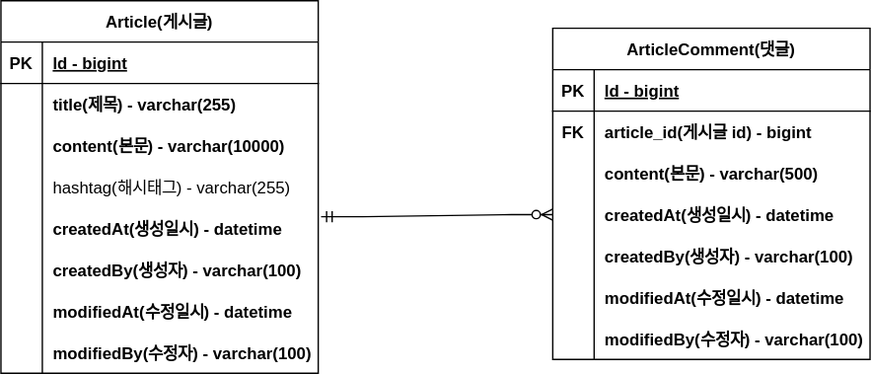
Before: document/project-board-erd.svg, a diagram exported from draw.io (devSojoong/fastcampus-project-board). Source tidied: cells renumbered, new cells last; positions are measured from the earlier drawing's top-left corner, leaving out a move shared by most shapes.
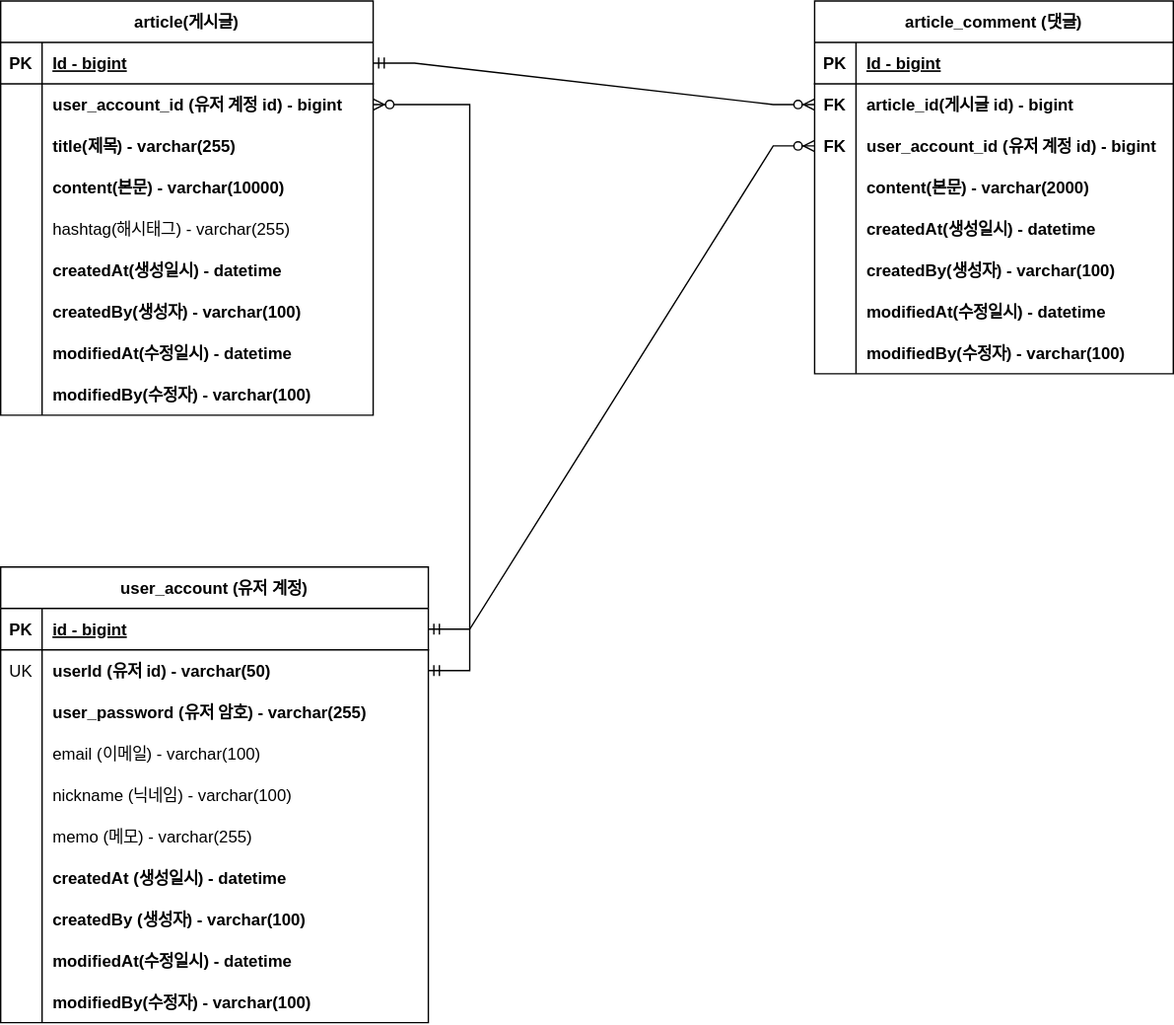
The same diagram one commit later.

Change to the diagram source:
```diff
@@ -4,7 +4,7 @@
     <mxCell id="1" parent="0" />
-    <mxCell id="2" value="Article(게시글)" style="shape=table;startSize=30;rowLines=0;fontStyle=1;align=center;" parent="1" vertex="1">
-      <mxGeometry width="230" height="270" as="geometry" />
+    <mxCell id="2" value="article(게시글)" style="shape=table;startSize=30;rowLines=0;fontStyle=1;align=center;" parent="1" vertex="1">
+      <mxGeometry x="-120" y="-120" width="270" height="300" as="geometry" />
     </mxCell>
     <mxCell id="3" style="shape=partialRectangle;fillColor=none;points=[[0,0.5],[1,0.5]];portConstraint=eastwest;top=0;left=0;right=0;bottom=1;" parent="2" vertex="1">
-      <mxGeometry y="30" width="230" height="30" as="geometry" />
+      <mxGeometry y="30" width="270" height="30" as="geometry" />
     </mxCell>
@@ -14,6 +14,15 @@
     <mxCell id="5" value="Id - bigint" style="shape=partialRectangle;overflow=hidden;fillColor=none;top=0;left=0;bottom=0;right=0;align=left;spacingLeft=6;fontStyle=5;" parent="3" vertex="1">
-      <mxGeometry x="30" width="200" height="30" as="geometry" />
+      <mxGeometry x="30" width="240" height="30" as="geometry" />
     </mxCell>
+    <mxCell id="50" style="shape=partialRectangle;fillColor=none;points=[[0,0.5],[1,0.5]];portConstraint=eastwest;top=0;left=0;right=0;bottom=0;" parent="2" vertex="1">
+      <mxGeometry y="60" width="270" height="30" as="geometry" />
+    </mxCell>
+    <mxCell id="51" style="shape=partialRectangle;overflow=hidden;fillColor=none;top=0;left=0;bottom=0;right=0;" parent="50" vertex="1">
+      <mxGeometry width="30" height="30" as="geometry" />
+    </mxCell>
+    <mxCell id="52" value="user_account_id (유저 계정 id) - bigint" style="shape=partialRectangle;overflow=hidden;fillColor=none;top=0;left=0;bottom=0;right=0;align=left;spacingLeft=6;fontStyle=1;" parent="50" vertex="1">
+      <mxGeometry x="30" width="240" height="30" as="geometry" />
+    </mxCell>
     <mxCell id="6" style="shape=partialRectangle;fillColor=none;top=0;left=0;right=0;bottom=0;" parent="2" vertex="1">
-      <mxGeometry y="60" width="230" height="30" as="geometry" />
+      <mxGeometry y="90" width="270" height="30" as="geometry" />
     </mxCell>
@@ -23,6 +32,6 @@
     <mxCell id="8" value="title(제목) - varchar(255)" style="shape=partialRectangle;overflow=hidden;fillColor=none;top=0;left=0;bottom=0;right=0;align=left;spacingLeft=6;fontStyle=1;" parent="6" vertex="1">
-      <mxGeometry x="30" width="200" height="30" as="geometry" />
+      <mxGeometry x="30" width="240" height="30" as="geometry" />
     </mxCell>
     <mxCell id="9" style="shape=partialRectangle;fillColor=none;top=0;left=0;right=0;bottom=0;" parent="2" vertex="1">
-      <mxGeometry y="90" width="230" height="30" as="geometry" />
+      <mxGeometry y="120" width="270" height="30" as="geometry" />
     </mxCell>
@@ -32,6 +41,6 @@
     <mxCell id="11" value="content(본문) - varchar(10000)" style="shape=partialRectangle;overflow=hidden;fillColor=none;top=0;left=0;bottom=0;right=0;align=left;spacingLeft=6;fontStyle=1;" parent="9" vertex="1">
-      <mxGeometry x="30" width="200" height="30" as="geometry" />
+      <mxGeometry x="30" width="240" height="30" as="geometry" />
     </mxCell>
     <mxCell id="12" style="shape=partialRectangle;fillColor=none;top=0;left=0;right=0;bottom=0;" parent="2" vertex="1">
-      <mxGeometry y="120" width="230" height="30" as="geometry" />
+      <mxGeometry y="150" width="270" height="30" as="geometry" />
     </mxCell>
@@ -41,6 +50,6 @@
     <mxCell id="14" value="hashtag(해시태그) - varchar(255)" style="shape=partialRectangle;overflow=hidden;fillColor=none;top=0;left=0;bottom=0;right=0;align=left;spacingLeft=6;" parent="12" vertex="1">
-      <mxGeometry x="30" width="200" height="30" as="geometry" />
+      <mxGeometry x="30" width="240" height="30" as="geometry" />
     </mxCell>
     <mxCell id="15" style="shape=partialRectangle;fillColor=none;points=[[0,0.5],[1,0.5]];portConstraint=eastwest;top=0;left=0;right=0;bottom=0;" parent="2" vertex="1">
-      <mxGeometry y="150" width="230" height="30" as="geometry" />
+      <mxGeometry y="180" width="270" height="30" as="geometry" />
     </mxCell>
@@ -50,6 +59,6 @@
     <mxCell id="17" value="createdAt(생성일시) - datetime" style="shape=partialRectangle;overflow=hidden;fillColor=none;top=0;left=0;bottom=0;right=0;align=left;spacingLeft=6;fontStyle=1;" parent="15" vertex="1">
-      <mxGeometry x="30" width="200" height="30" as="geometry" />
+      <mxGeometry x="30" width="240" height="30" as="geometry" />
     </mxCell>
     <mxCell id="18" style="shape=partialRectangle;fillColor=none;top=0;left=0;right=0;bottom=0;" parent="2" vertex="1">
-      <mxGeometry y="180" width="230" height="30" as="geometry" />
+      <mxGeometry y="210" width="270" height="30" as="geometry" />
     </mxCell>
@@ -59,6 +68,6 @@
     <mxCell id="20" value="createdBy(생성자) - varchar(100)" style="shape=partialRectangle;overflow=hidden;fillColor=none;top=0;left=0;bottom=0;right=0;align=left;spacingLeft=6;fontStyle=1;" parent="18" vertex="1">
-      <mxGeometry x="30" width="200" height="30" as="geometry" />
+      <mxGeometry x="30" width="240" height="30" as="geometry" />
     </mxCell>
     <mxCell id="21" style="shape=partialRectangle;fillColor=none;top=0;left=0;right=0;bottom=0;" parent="2" vertex="1">
-      <mxGeometry y="210" width="230" height="30" as="geometry" />
+      <mxGeometry y="240" width="270" height="30" as="geometry" />
     </mxCell>
@@ -68,6 +77,6 @@
     <mxCell id="23" value="modifiedAt(수정일시) - datetime" style="shape=partialRectangle;overflow=hidden;fillColor=none;top=0;left=0;bottom=0;right=0;align=left;spacingLeft=6;fontStyle=1;" parent="21" vertex="1">
-      <mxGeometry x="30" width="200" height="30" as="geometry" />
+      <mxGeometry x="30" width="240" height="30" as="geometry" />
     </mxCell>
     <mxCell id="24" style="shape=partialRectangle;fillColor=none;top=0;left=0;right=0;bottom=0;" parent="2" vertex="1">
-      <mxGeometry y="240" width="230" height="30" as="geometry" />
+      <mxGeometry y="270" width="270" height="30" as="geometry" />
     </mxCell>
@@ -77,9 +86,9 @@
     <mxCell id="26" value="modifiedBy(수정자) - varchar(100)" style="shape=partialRectangle;overflow=hidden;fillColor=none;top=0;left=0;bottom=0;right=0;align=left;spacingLeft=6;fontStyle=1;" parent="24" vertex="1">
-      <mxGeometry x="30" width="200" height="30" as="geometry" />
+      <mxGeometry x="30" width="240" height="30" as="geometry" />
     </mxCell>
-    <mxCell id="27" value="ArticleComment(댓글)" style="shape=table;startSize=30;rowLines=0;fontStyle=1;align=center;" parent="1" vertex="1">
-      <mxGeometry x="400" y="20" width="230" height="240" as="geometry" />
+    <mxCell id="27" value="article_comment (댓글)" style="shape=table;startSize=30;rowLines=0;fontStyle=1;align=center;" parent="1" vertex="1">
+      <mxGeometry x="470" y="-120" width="260" height="270" as="geometry" />
     </mxCell>
     <mxCell id="28" style="shape=partialRectangle;fillColor=none;top=0;left=0;right=0;bottom=1;" parent="27" vertex="1">
-      <mxGeometry y="30" width="230" height="30" as="geometry" />
+      <mxGeometry y="30" width="260" height="30" as="geometry" />
     </mxCell>
@@ -89,6 +98,15 @@
     <mxCell id="30" value="Id - bigint" style="shape=partialRectangle;overflow=hidden;fillColor=none;top=0;left=0;bottom=0;right=0;align=left;spacingLeft=6;fontStyle=5;" parent="28" vertex="1">
-      <mxGeometry x="30" width="200" height="30" as="geometry" />
+      <mxGeometry x="30" width="230" height="30" as="geometry" />
     </mxCell>
+    <mxCell id="53" style="shape=partialRectangle;fillColor=none;points=[[0,0.5],[1,0.5]];portConstraint=eastwest;top=0;left=0;right=0;bottom=0;" parent="27" vertex="1">
+      <mxGeometry y="60" width="260" height="30" as="geometry" />
+    </mxCell>
+    <mxCell id="54" value="FK" style="shape=partialRectangle;overflow=hidden;fillColor=none;top=0;left=0;bottom=0;right=0;fontStyle=1;" parent="53" vertex="1">
+      <mxGeometry width="30" height="30" as="geometry" />
+    </mxCell>
+    <mxCell id="55" value="article_id(게시글 id) - bigint" style="shape=partialRectangle;overflow=hidden;fillColor=none;top=0;left=0;bottom=0;right=0;align=left;spacingLeft=6;fontStyle=1;" parent="53" vertex="1">
+      <mxGeometry x="30" width="230" height="30" as="geometry" />
+    </mxCell>
     <mxCell id="31" style="shape=partialRectangle;fillColor=none;points=[[0,0.5],[1,0.5]];portConstraint=eastwest;top=0;left=0;right=0;bottom=0;" parent="27" vertex="1">
-      <mxGeometry y="60" width="230" height="30" as="geometry" />
+      <mxGeometry y="90" width="260" height="30" as="geometry" />
     </mxCell>
@@ -97,7 +115,7 @@
     </mxCell>
-    <mxCell id="33" value="article_id(게시글 id) - bigint" style="shape=partialRectangle;overflow=hidden;fillColor=none;top=0;left=0;bottom=0;right=0;align=left;spacingLeft=6;fontStyle=1;" parent="31" vertex="1">
-      <mxGeometry x="30" width="200" height="30" as="geometry" />
+    <mxCell id="33" value="user_account_id (유저 계정 id) - bigint" style="shape=partialRectangle;overflow=hidden;fillColor=none;top=0;left=0;bottom=0;right=0;align=left;spacingLeft=6;fontStyle=1;" parent="31" vertex="1">
+      <mxGeometry x="30" width="230" height="30" as="geometry" />
     </mxCell>
     <mxCell id="34" style="shape=partialRectangle;fillColor=none;top=0;left=0;right=0;bottom=0;" parent="27" vertex="1">
-      <mxGeometry y="90" width="230" height="30" as="geometry" />
+      <mxGeometry y="120" width="260" height="30" as="geometry" />
     </mxCell>
@@ -106,7 +124,7 @@
     </mxCell>
-    <mxCell id="36" value="content(본문) - varchar(500)" style="shape=partialRectangle;overflow=hidden;fillColor=none;top=0;left=0;bottom=0;right=0;align=left;spacingLeft=6;fontStyle=1;" parent="34" vertex="1">
-      <mxGeometry x="30" width="200" height="30" as="geometry" />
+    <mxCell id="36" value="content(본문) - varchar(2000)" style="shape=partialRectangle;overflow=hidden;fillColor=none;top=0;left=0;bottom=0;right=0;align=left;spacingLeft=6;fontStyle=1;" parent="34" vertex="1">
+      <mxGeometry x="30" width="230" height="30" as="geometry" />
     </mxCell>
     <mxCell id="37" style="shape=partialRectangle;fillColor=none;points=[[0,0.5],[1,0.5]];portConstraint=eastwest;top=0;left=0;right=0;bottom=0;" parent="27" vertex="1">
-      <mxGeometry y="120" width="230" height="30" as="geometry" />
+      <mxGeometry y="150" width="260" height="30" as="geometry" />
     </mxCell>
@@ -116,6 +134,6 @@
     <mxCell id="39" value="createdAt(생성일시) - datetime" style="shape=partialRectangle;overflow=hidden;fillColor=none;top=0;left=0;bottom=0;right=0;align=left;spacingLeft=6;fontStyle=1;" parent="37" vertex="1">
-      <mxGeometry x="30" width="200" height="30" as="geometry" />
+      <mxGeometry x="30" width="230" height="30" as="geometry" />
     </mxCell>
     <mxCell id="40" style="shape=partialRectangle;fillColor=none;top=0;left=0;right=0;bottom=0;" parent="27" vertex="1">
-      <mxGeometry y="150" width="230" height="30" as="geometry" />
+      <mxGeometry y="180" width="260" height="30" as="geometry" />
     </mxCell>
@@ -125,6 +143,6 @@
     <mxCell id="42" value="createdBy(생성자) - varchar(100)" style="shape=partialRectangle;overflow=hidden;fillColor=none;top=0;left=0;bottom=0;right=0;align=left;spacingLeft=6;fontStyle=1;" parent="40" vertex="1">
-      <mxGeometry x="30" width="200" height="30" as="geometry" />
+      <mxGeometry x="30" width="230" height="30" as="geometry" />
     </mxCell>
     <mxCell id="43" style="shape=partialRectangle;fillColor=none;top=0;left=0;right=0;bottom=0;" parent="27" vertex="1">
-      <mxGeometry y="180" width="230" height="30" as="geometry" />
+      <mxGeometry y="210" width="260" height="30" as="geometry" />
     </mxCell>
@@ -134,6 +152,6 @@
     <mxCell id="45" value="modifiedAt(수정일시) - datetime" style="shape=partialRectangle;overflow=hidden;fillColor=none;top=0;left=0;bottom=0;right=0;align=left;spacingLeft=6;fontStyle=1;" parent="43" vertex="1">
-      <mxGeometry x="30" width="200" height="30" as="geometry" />
+      <mxGeometry x="30" width="230" height="30" as="geometry" />
     </mxCell>
     <mxCell id="46" style="shape=partialRectangle;fillColor=none;top=0;left=0;right=0;bottom=0;" parent="27" vertex="1">
-      <mxGeometry y="210" width="230" height="30" as="geometry" />
+      <mxGeometry y="240" width="260" height="30" as="geometry" />
     </mxCell>
@@ -143,7 +161,106 @@
     <mxCell id="48" value="modifiedBy(수정자) - varchar(100)" style="shape=partialRectangle;overflow=hidden;fillColor=none;top=0;left=0;bottom=0;right=0;align=left;spacingLeft=6;fontStyle=1;" parent="46" vertex="1">
-      <mxGeometry x="30" width="200" height="30" as="geometry" />
+      <mxGeometry x="30" width="230" height="30" as="geometry" />
     </mxCell>
-    <mxCell id="49" style="edgeStyle=entityRelationEdgeStyle;fontSize=12;html=1;endArrow=ERzeroToMany;startArrow=ERmandOne;rounded=0;exitX=1.009;exitY=0.217;exitDx=0;exitDy=0;exitPerimeter=0;" parent="1" edge="1" source="15" target="37">
+    <mxCell id="49" style="edgeStyle=entityRelationEdgeStyle;fontSize=12;html=1;endArrow=ERzeroToMany;startArrow=ERmandOne;rounded=0;exitX=1;exitY=0.5;exitDx=0;exitDy=0;entryX=0;entryY=0.5;entryDx=0;entryDy=0;" parent="1" edge="1" source="3" target="53">
       <mxGeometry relative="1" as="geometry" />
     </mxCell>
+    <mxCell id="56" value="user_account (유저 계정)" style="shape=table;startSize=30;rowLines=0;fontStyle=1;align=center;" parent="1" vertex="1">
+      <mxGeometry x="-120" y="290" width="310" height="330" as="geometry" />
+    </mxCell>
+    <mxCell id="57" style="shape=partialRectangle;fillColor=none;points=[[0,0.5],[1,0.5]];portConstraint=eastwest;top=0;left=0;right=0;bottom=1;" parent="56" vertex="1">
+      <mxGeometry y="30" width="310" height="30" as="geometry" />
+    </mxCell>
+    <mxCell id="58" value="PK" style="shape=partialRectangle;overflow=hidden;fillColor=none;top=0;left=0;bottom=0;right=0;fontStyle=1;" parent="57" vertex="1">
+      <mxGeometry width="30" height="30" as="geometry" />
+    </mxCell>
+    <mxCell id="59" value="id - bigint" style="shape=partialRectangle;overflow=hidden;fillColor=none;top=0;left=0;bottom=0;right=0;align=left;spacingLeft=6;fontStyle=5;" parent="57" vertex="1">
+      <mxGeometry x="30" width="280" height="30" as="geometry" />
+    </mxCell>
+    <mxCell id="60" style="shape=partialRectangle;fillColor=none;points=[[0,0.5],[1,0.5]];portConstraint=eastwest;top=0;left=0;right=0;bottom=0;" parent="56" vertex="1">
+      <mxGeometry y="60" width="310" height="30" as="geometry" />
+    </mxCell>
+    <mxCell id="61" value="UK" style="shape=partialRectangle;overflow=hidden;fillColor=none;top=0;left=0;bottom=0;right=0;" parent="60" vertex="1">
+      <mxGeometry width="30" height="30" as="geometry" />
+    </mxCell>
+    <mxCell id="62" value="userId (유저 id) - varchar(50)" style="shape=partialRectangle;overflow=hidden;fillColor=none;top=0;left=0;bottom=0;right=0;align=left;spacingLeft=6;fontStyle=1;" parent="60" vertex="1">
+      <mxGeometry x="30" width="280" height="30" as="geometry" />
+    </mxCell>
+    <mxCell id="63" style="shape=partialRectangle;fillColor=none;top=0;left=0;right=0;bottom=0;" parent="56" vertex="1">
+      <mxGeometry y="90" width="310" height="30" as="geometry" />
+    </mxCell>
+    <mxCell id="64" style="shape=partialRectangle;overflow=hidden;fillColor=none;top=0;left=0;bottom=0;right=0;" parent="63" vertex="1">
+      <mxGeometry width="30" height="30" as="geometry" />
+    </mxCell>
+    <mxCell id="65" value="user_password (유저 암호) - varchar(255)" style="shape=partialRectangle;overflow=hidden;fillColor=none;top=0;left=0;bottom=0;right=0;align=left;spacingLeft=6;fontStyle=1;" parent="63" vertex="1">
+      <mxGeometry x="30" width="280" height="30" as="geometry" />
+    </mxCell>
+    <mxCell id="66" style="shape=partialRectangle;fillColor=none;top=0;left=0;right=0;bottom=0;" parent="56" vertex="1">
+      <mxGeometry y="120" width="310" height="30" as="geometry" />
+    </mxCell>
+    <mxCell id="67" style="shape=partialRectangle;overflow=hidden;fillColor=none;top=0;left=0;bottom=0;right=0;" parent="66" vertex="1">
+      <mxGeometry width="30" height="30" as="geometry" />
+    </mxCell>
+    <mxCell id="68" value="email (이메일) - varchar(100)" style="shape=partialRectangle;overflow=hidden;fillColor=none;top=0;left=0;bottom=0;right=0;align=left;spacingLeft=6;" parent="66" vertex="1">
+      <mxGeometry x="30" width="280" height="30" as="geometry" />
+    </mxCell>
+    <mxCell id="69" style="shape=partialRectangle;fillColor=none;top=0;left=0;right=0;bottom=0;" parent="56" vertex="1">
+      <mxGeometry y="150" width="310" height="30" as="geometry" />
+    </mxCell>
+    <mxCell id="70" style="shape=partialRectangle;overflow=hidden;fillColor=none;top=0;left=0;bottom=0;right=0;" parent="69" vertex="1">
+      <mxGeometry width="30" height="30" as="geometry" />
+    </mxCell>
+    <mxCell id="71" value="nickname (닉네임) - varchar(100)" style="shape=partialRectangle;overflow=hidden;fillColor=none;top=0;left=0;bottom=0;right=0;align=left;spacingLeft=6;fontStyle=0;" parent="69" vertex="1">
+      <mxGeometry x="30" width="280" height="30" as="geometry" />
+    </mxCell>
+    <mxCell id="72" style="shape=partialRectangle;fillColor=none;top=0;left=0;right=0;bottom=0;" parent="56" vertex="1">
+      <mxGeometry y="180" width="310" height="30" as="geometry" />
+    </mxCell>
+    <mxCell id="73" style="shape=partialRectangle;overflow=hidden;fillColor=none;top=0;left=0;bottom=0;right=0;" parent="72" vertex="1">
+      <mxGeometry width="30" height="30" as="geometry" />
+    </mxCell>
+    <mxCell id="74" value="memo (메모) - varchar(255)" style="shape=partialRectangle;overflow=hidden;fillColor=none;top=0;left=0;bottom=0;right=0;align=left;spacingLeft=6;fontStyle=0;" parent="72" vertex="1">
+      <mxGeometry x="30" width="280" height="30" as="geometry" />
+    </mxCell>
+    <mxCell id="75" style="shape=partialRectangle;fillColor=none;top=0;left=0;right=0;bottom=0;" parent="56" vertex="1">
+      <mxGeometry y="210" width="310" height="30" as="geometry" />
+    </mxCell>
+    <mxCell id="76" style="shape=partialRectangle;overflow=hidden;fillColor=none;top=0;left=0;bottom=0;right=0;" parent="75" vertex="1">
+      <mxGeometry width="30" height="30" as="geometry" />
+    </mxCell>
+    <mxCell id="77" value="createdAt (생성일시) - datetime" style="shape=partialRectangle;overflow=hidden;fillColor=none;top=0;left=0;bottom=0;right=0;align=left;spacingLeft=6;fontStyle=1;" parent="75" vertex="1">
+      <mxGeometry x="30" width="280" height="30" as="geometry" />
+    </mxCell>
+    <mxCell id="78" style="shape=partialRectangle;fillColor=none;top=0;left=0;right=0;bottom=0;" parent="56" vertex="1">
+      <mxGeometry y="240" width="310" height="30" as="geometry" />
+    </mxCell>
+    <mxCell id="79" style="shape=partialRectangle;overflow=hidden;fillColor=none;top=0;left=0;bottom=0;right=0;" parent="78" vertex="1">
+      <mxGeometry width="30" height="30" as="geometry" />
+    </mxCell>
+    <mxCell id="80" value="createdBy (생성자) - varchar(100)" style="shape=partialRectangle;overflow=hidden;fillColor=none;top=0;left=0;bottom=0;right=0;align=left;spacingLeft=6;fontStyle=1;" parent="78" vertex="1">
+      <mxGeometry x="30" width="280" height="30" as="geometry" />
+    </mxCell>
+    <mxCell id="81" style="shape=partialRectangle;fillColor=none;top=0;left=0;right=0;bottom=0;" parent="56" vertex="1">
+      <mxGeometry y="270" width="310" height="30" as="geometry" />
+    </mxCell>
+    <mxCell id="82" style="shape=partialRectangle;overflow=hidden;fillColor=none;top=0;left=0;bottom=0;right=0;" parent="81" vertex="1">
+      <mxGeometry width="30" height="30" as="geometry" />
+    </mxCell>
+    <mxCell id="83" value="modifiedAt(수정일시) - datetime" style="shape=partialRectangle;overflow=hidden;fillColor=none;top=0;left=0;bottom=0;right=0;align=left;spacingLeft=6;fontStyle=1;" parent="81" vertex="1">
+      <mxGeometry x="30" width="280" height="30" as="geometry" />
+    </mxCell>
+    <mxCell id="84" style="shape=partialRectangle;fillColor=none;top=0;left=0;right=0;bottom=0;" parent="56" vertex="1">
+      <mxGeometry y="300" width="310" height="30" as="geometry" />
+    </mxCell>
+    <mxCell id="85" style="shape=partialRectangle;overflow=hidden;fillColor=none;top=0;left=0;bottom=0;right=0;" parent="84" vertex="1">
+      <mxGeometry width="30" height="30" as="geometry" />
+    </mxCell>
+    <mxCell id="86" value="modifiedBy(수정자) - varchar(100)" style="shape=partialRectangle;overflow=hidden;fillColor=none;top=0;left=0;bottom=0;right=0;align=left;spacingLeft=6;fontStyle=1;" parent="84" vertex="1">
+      <mxGeometry x="30" width="280" height="30" as="geometry" />
+    </mxCell>
+    <mxCell id="87" style="edgeStyle=entityRelationEdgeStyle;fontSize=12;html=1;endArrow=ERzeroToMany;startArrow=ERmandOne;rounded=0;entryX=1;entryY=0.5;entryDx=0;entryDy=0;" parent="1" edge="1" source="60" target="50">
+      <mxGeometry relative="1" as="geometry" />
+    </mxCell>
+    <mxCell id="88" style="edgeStyle=entityRelationEdgeStyle;fontSize=12;html=1;endArrow=ERzeroToMany;startArrow=ERmandOne;rounded=0;entryX=0;entryY=0.5;entryDx=0;entryDy=0;exitX=1;exitY=0.5;exitDx=0;exitDy=0;" parent="1" edge="1" source="57" target="31">
+      <mxGeometry relative="1" as="geometry" />
+    </mxCell>
   </root>
```
